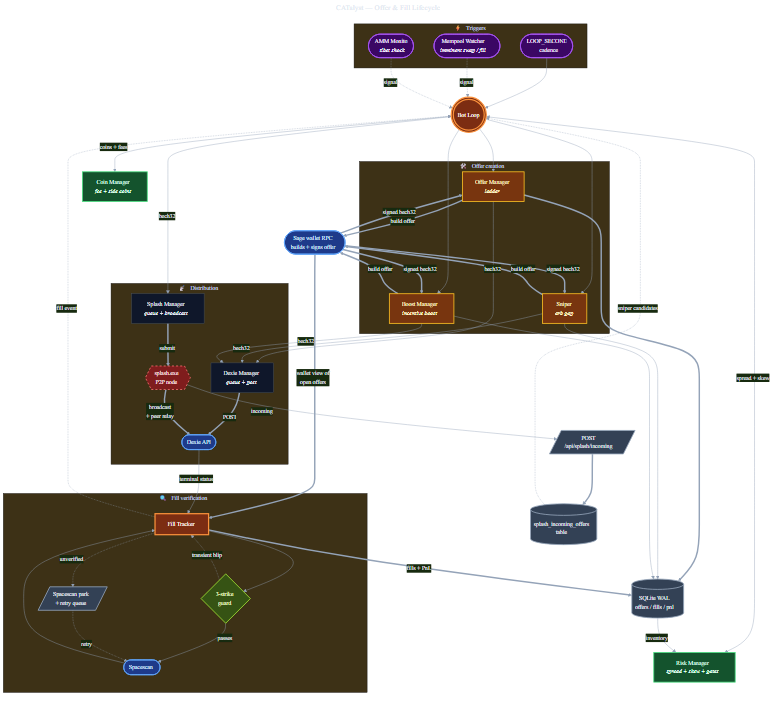
giorgiperad/catalyst-bot keeps this Mermaid diagram as docs/diagrams/catalyst-offer-fill-flow-v2.png. Above is the earlier version. Its source is kept beside it as docs/diagrams/catalyst-offer-fill-flow-v2.mmd.
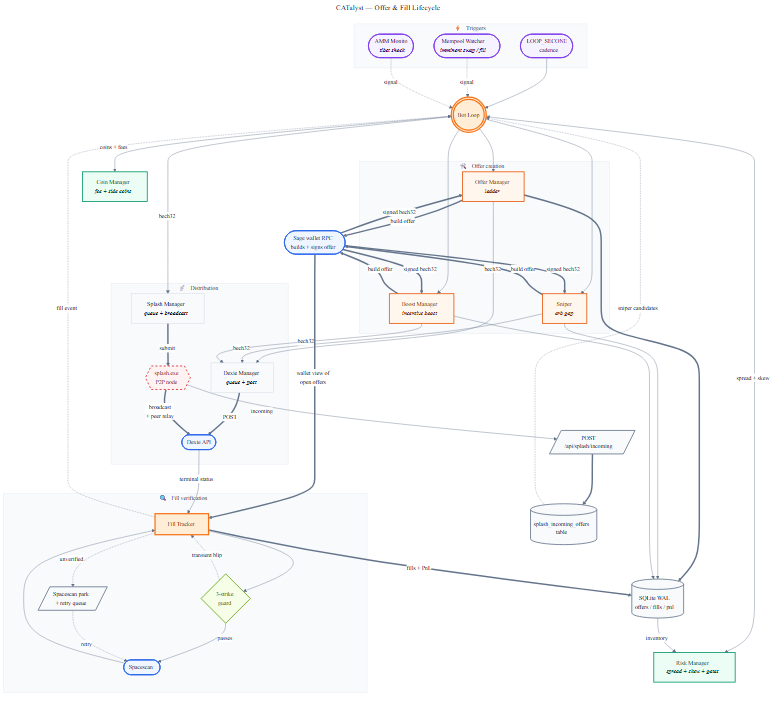
Later version of the same file.

What changed in the source:
```diff
@@ -5,10 +5,18 @@
   themeVariables:
     fontFamily: "Inter, system-ui, -apple-system, sans-serif"
     fontSize: 14px
-    primaryColor: "#0f172a"
-    primaryTextColor: "#e2e8f0"
-    primaryBorderColor: "#475569"
-    lineColor: "#94a3b8"
+    background: "#ffffff"
+    mainBkg: "#f8fafc"
+    primaryColor: "#f8fafc"
+    primaryTextColor: "#0f172a"
+    primaryBorderColor: "#cbd5e1"
+    lineColor: "#64748b"
+    secondaryColor: "#ffffff"
+    tertiaryColor: "#f1f5f9"
+    clusterBkg: "#f8fafc"
+    clusterBorder: "#e2e8f0"
+    titleColor: "#334155"
+    edgeLabelBackground: "#ffffff"
 ---
 flowchart TB
 
@@ -102,15 +110,15 @@
   FT  ==>|fills + PnL| DB
   FT  -.->|fill event| BL
 
-  classDef trigger  fill:#3b0764,stroke:#a855f7,color:#f3e8ff,stroke-width:2px
-  classDef intel    fill:#14532d,stroke:#4ade80,color:#dcfce7,stroke-width:2px
-  classDef creator  fill:#78350f,stroke:#fbbf24,color:#fef3c7,stroke-width:2px
-  classDef wallet   fill:#1e3a8a,stroke:#60a5fa,color:#dbeafe,stroke-width:3px
-  classDef external fill:#1e3a8a,stroke:#60a5fa,color:#dbeafe,stroke-width:2px
-  classDef subproc  fill:#7f1d1d,stroke:#f87171,color:#fee2e2,stroke-width:2px,stroke-dasharray:5 5
-  classDef state    fill:#334155,stroke:#94a3b8,color:#e2e8f0,stroke-width:2px
-  classDef core     fill:#7c2d12,stroke:#fb923c,color:#fff7ed,stroke-width:3px
-  classDef decision fill:#365314,stroke:#a3e635,color:#ecfccb,stroke-width:2px
+  classDef trigger  fill:#f5f3ff,stroke:#7c3aed,color:#3b0764,stroke-width:2px
+  classDef intel    fill:#ecfdf5,stroke:#059669,color:#064e3b,stroke-width:2px
+  classDef creator  fill:#fff7ed,stroke:#ea580c,color:#7c2d12,stroke-width:2px
+  classDef wallet   fill:#eff6ff,stroke:#2563eb,color:#172554,stroke-width:3px
+  classDef external fill:#eff6ff,stroke:#2563eb,color:#172554,stroke-width:2px
+  classDef subproc  fill:#fef2f2,stroke:#dc2626,color:#7f1d1d,stroke-width:2px,stroke-dasharray:5 5
+  classDef state    fill:#f8fafc,stroke:#64748b,color:#0f172a,stroke-width:2px
+  classDef core     fill:#ffedd5,stroke:#f97316,color:#7c2d12,stroke-width:3px
+  classDef decision fill:#f7fee7,stroke:#65a30d,color:#365314,stroke-width:2px
 
   class TICK,MEMP,SHOCK trigger
   class RM,CM intel
```
